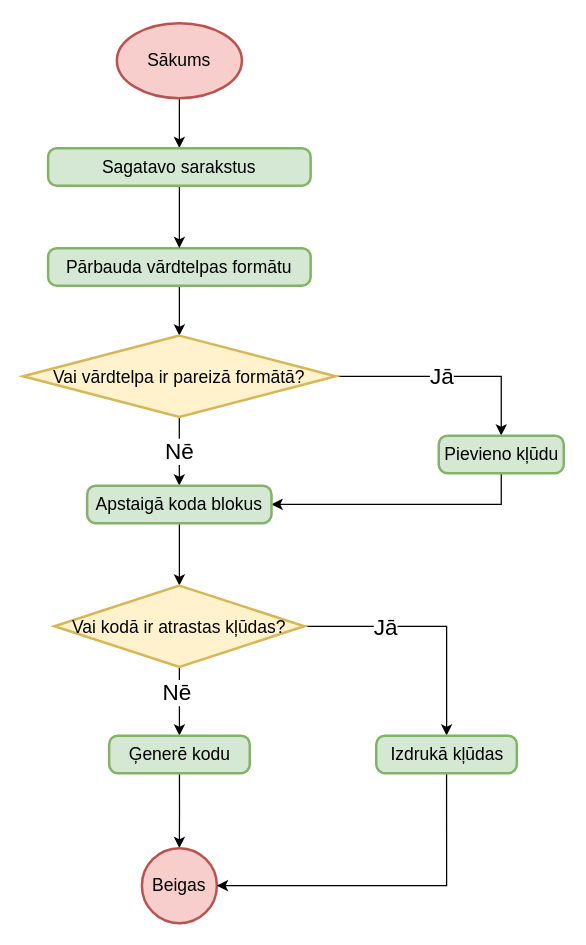
Earlier version of the draw.io diagram page "Komiplatora pamatprojektejums" (3 of 4) of src/Kvalifikacijas darbs/Diagrammas/Kompilators/Kompilators.drawio (artiks12/webAppOS). Source tidied: cells renumbered, new cells numbered last; positions are measured from the earlier drawing's top-left corner, leaving out a move shared by most shapes. Both pictures are drawn from the tidied source at 125%, with x=0, y=0 at pixel (22, 22).
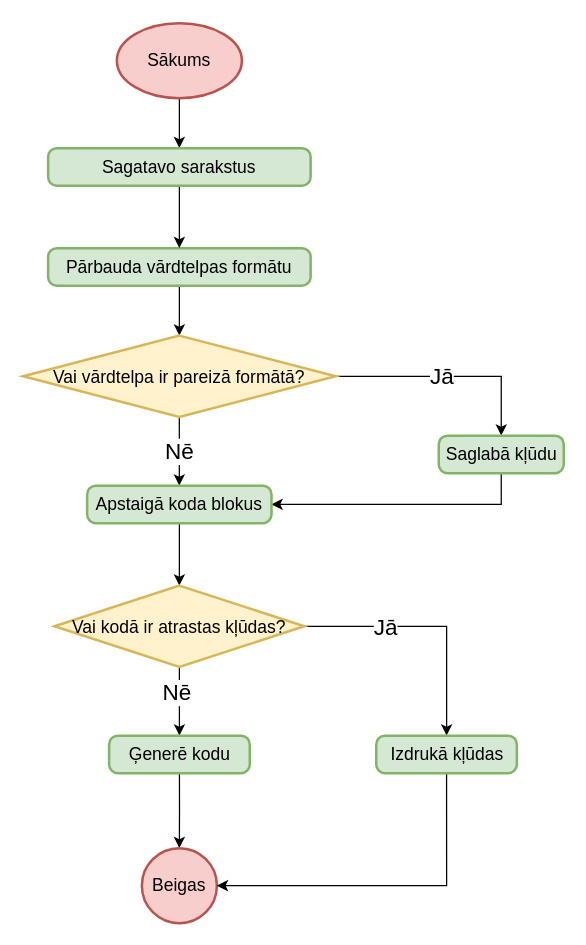
The same diagram, later.

What changed in the source:
```diff
@@
-    <mxCell id="12" value="Pievieno kļūdu" style="rounded=1;whiteSpace=wrap;html=1;absoluteArcSize=1;arcSize=14;strokeWidth=2;fontSize=14;fillColor=#d5e8d4;strokeColor=#82b366;" parent="1" vertex="1">
+    <mxCell id="12" value="Saglabā kļūdu" style="rounded=1;whiteSpace=wrap;html=1;absoluteArcSize=1;arcSize=14;strokeWidth=2;fontSize=14;fillColor=#d5e8d4;strokeColor=#82b366;" parent="1" vertex="1">
       <mxGeometry x="332.5" y="330" width="100" height="30" as="geometry" />
     </mxCell>
```
